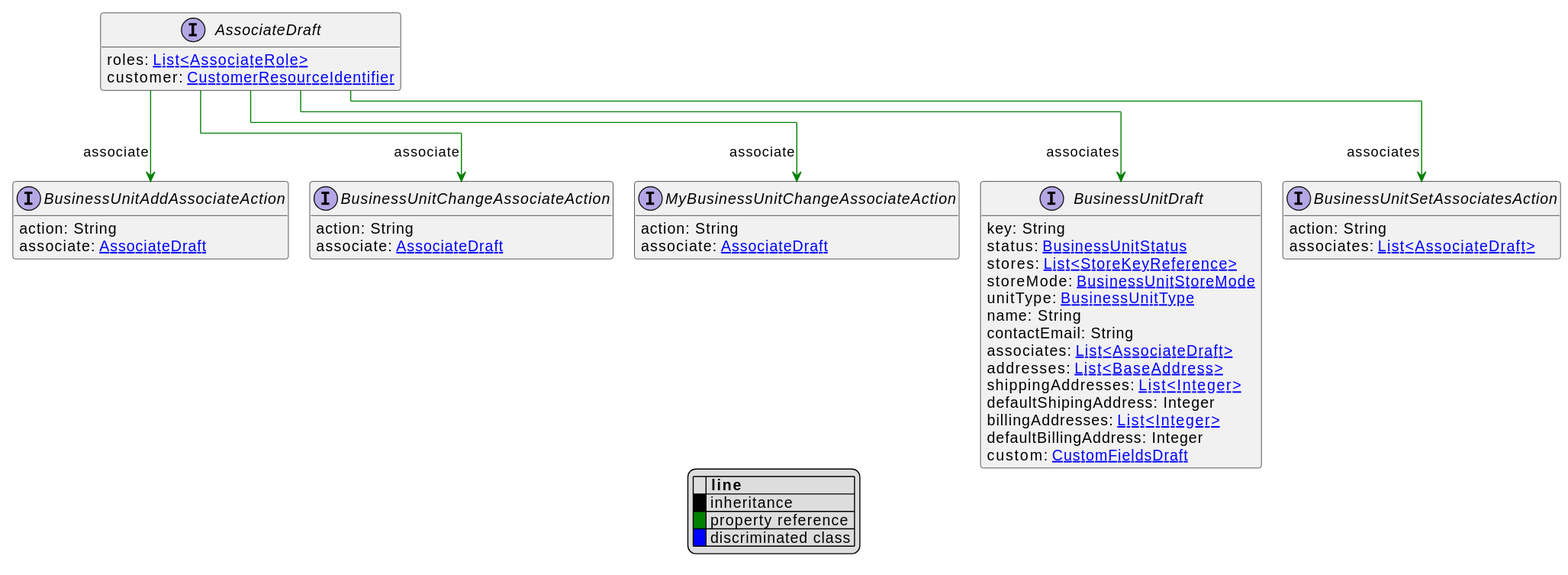
The PlantUML diagram uml/api/svg/AssociateDraft.svg in commercetools/commercetools-api-reference, before a commit. Its diagram source:
```plantuml
@startuml
!pragma layout elk
hide empty fields
hide empty methods
legend
|= |= line |
|<back:black>   </back>| inheritance |
|<back:green>   </back>| property reference |
|<back:blue>   </back>| discriminated class |
endlegend
interface AssociateDraft [[AssociateDraft.svg]]  {
    roles: [[AssociateRole.svg List<AssociateRole>]]
    customer: [[CustomerResourceIdentifier.svg CustomerResourceIdentifier]]
}



interface BusinessUnitDraft [[BusinessUnitDraft.svg]]  {
    key: String
    status: [[BusinessUnitStatus.svg BusinessUnitStatus]]
    stores: [[StoreKeyReference.svg List<StoreKeyReference>]]
    storeMode: [[BusinessUnitStoreMode.svg BusinessUnitStoreMode]]
    unitType: [[BusinessUnitType.svg BusinessUnitType]]
    name: String
    contactEmail: String
    associates: [[AssociateDraft.svg List<AssociateDraft>]]
    addresses: [[BaseAddress.svg List<BaseAddress>]]
    shippingAddresses: [[Integer.svg List<Integer>]]
    defaultShipingAddress: Integer
    billingAddresses: [[Integer.svg List<Integer>]]
    defaultBillingAddress: Integer
    custom: [[CustomFieldsDraft.svg CustomFieldsDraft]]
}
interface BusinessUnitSetAssociatesAction [[BusinessUnitSetAssociatesAction.svg]]  {
    action: String
    associates: [[AssociateDraft.svg List<AssociateDraft>]]
}
interface BusinessUnitAddAssociateAction [[BusinessUnitAddAssociateAction.svg]]  {
    action: String
    associate: [[AssociateDraft.svg AssociateDraft]]
}
interface BusinessUnitChangeAssociateAction [[BusinessUnitChangeAssociateAction.svg]]  {
    action: String
    associate: [[AssociateDraft.svg AssociateDraft]]
}
interface MyBusinessUnitChangeAssociateAction [[MyBusinessUnitChangeAssociateAction.svg]]  {
    action: String
    associate: [[AssociateDraft.svg AssociateDraft]]
}

AssociateDraft --> BusinessUnitDraft #green;text:green : "associates"
AssociateDraft --> BusinessUnitSetAssociatesAction #green;text:green : "associates"
AssociateDraft --> BusinessUnitAddAssociateAction #green;text:green : "associate"
AssociateDraft --> BusinessUnitChangeAssociateAction #green;text:green : "associate"
AssociateDraft --> MyBusinessUnitChangeAssociateAction #green;text:green : "associate"
@enduml
```
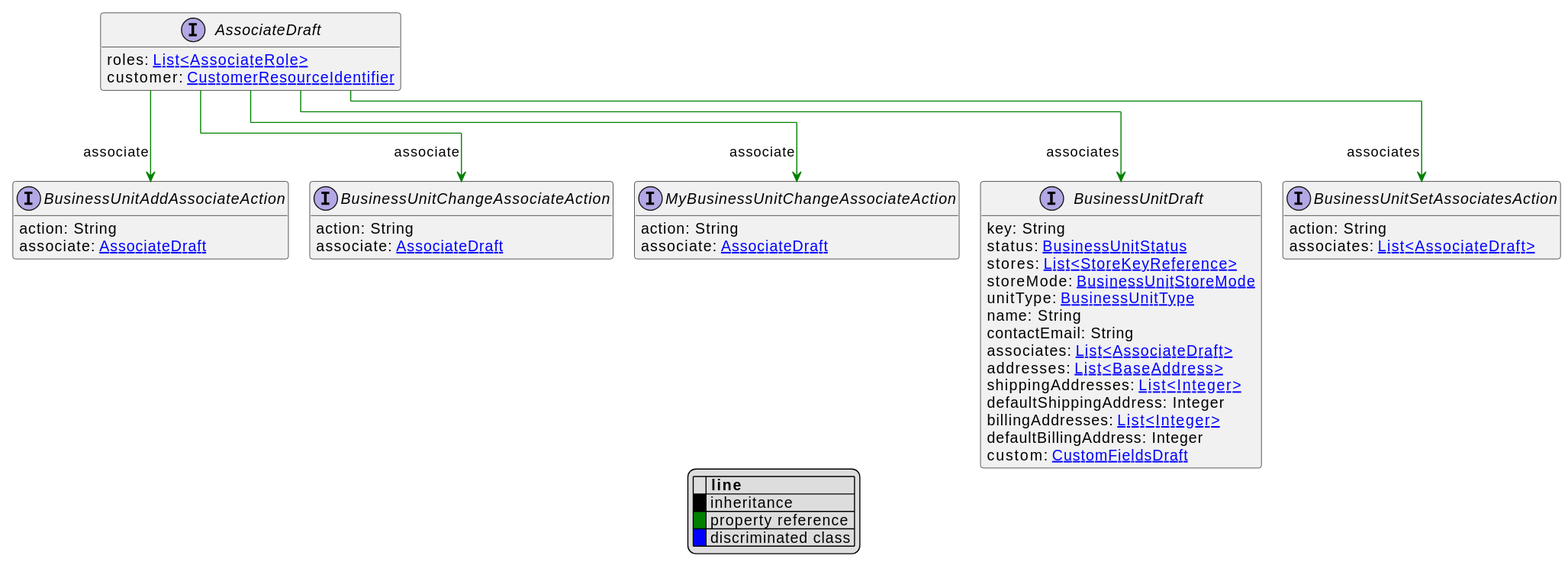
Above is the later version.

What changed in the source:
```diff
@@ -26,7 +26,7 @@
     associates: [[AssociateDraft.svg List<AssociateDraft>]]
     addresses: [[BaseAddress.svg List<BaseAddress>]]
     shippingAddresses: [[Integer.svg List<Integer>]]
-    defaultShipingAddress: Integer
+    defaultShippingAddress: Integer
     billingAddresses: [[Integer.svg List<Integer>]]
     defaultBillingAddress: Integer
     custom: [[CustomFieldsDraft.svg CustomFieldsDraft]]
```
